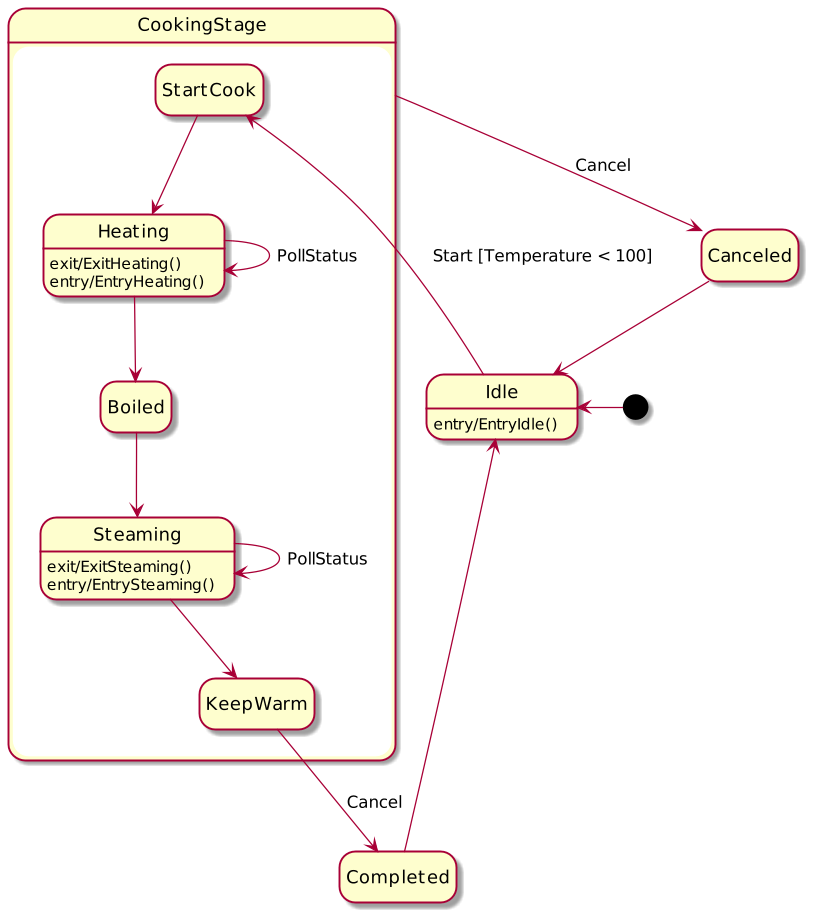
Earlier version of the PlantUML export StateMachine_Diagram.png (heyucheng1993/state_machine_framework). The source it was exported from:
```plantuml
@startuml
scale 800 width
hide empty description

[*] -l-> Idle
state CookingStage{
  Idle --> StartCook : Start [Temperature < 100]
  StartCook --> Heating
  Heating --> Heating : PollStatus
  Heating --> Boiled
  Boiled --> Steaming
  Steaming --> Steaming : PollStatus
  Steaming --> KeepWarm
}
KeepWarm --> Completed : Cancel
Completed -u-> Idle
CookingStage --> Canceled : Cancel
Canceled --> Idle

Idle : entry/EntryIdle()
Heating : exit/ExitHeating()
Heating : entry/EntryHeating()
Steaming : exit/ExitSteaming()
Steaming : entry/EntrySteaming()
@enduml
```
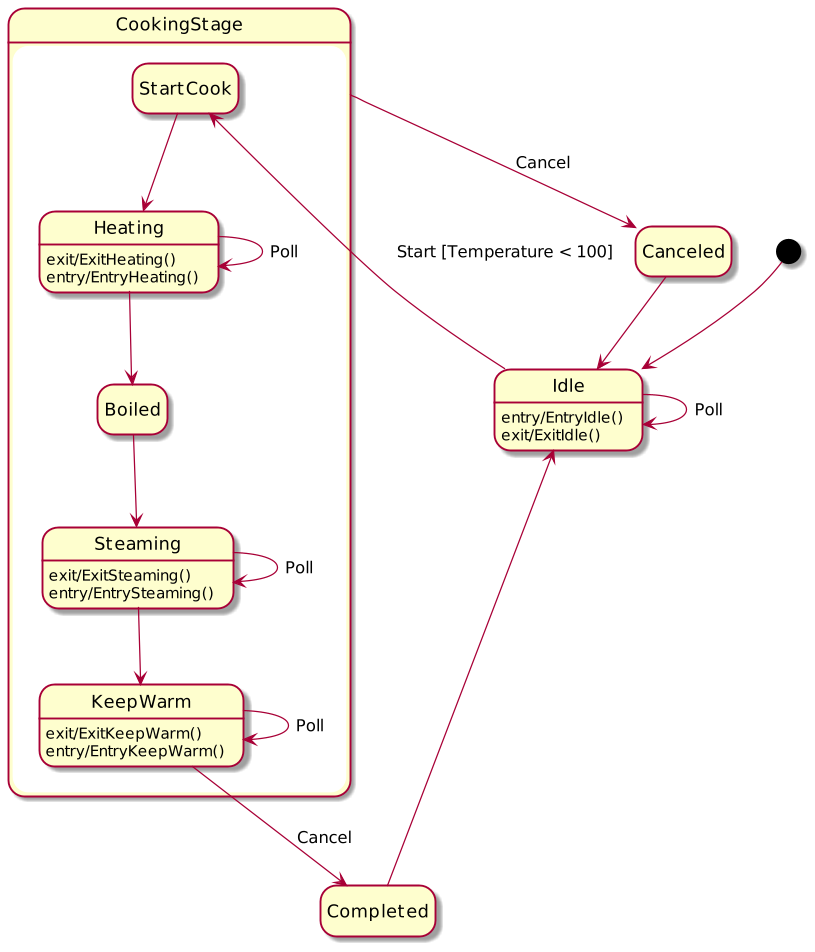
The same diagram one commit later.

Commit message:
Completed state design

What changed in the source:
```diff
@@ -2,15 +2,17 @@
 scale 800 width
 hide empty description
 
-[*] -l-> Idle
+[*] --> Idle
 state CookingStage{
+  Idle --> Idle : Poll
   Idle --> StartCook : Start [Temperature < 100]
   StartCook --> Heating
-  Heating --> Heating : PollStatus
+  Heating --> Heating : Poll
   Heating --> Boiled
   Boiled --> Steaming
-  Steaming --> Steaming : PollStatus
+  Steaming --> Steaming : Poll
   Steaming --> KeepWarm
+  KeepWarm --> KeepWarm : Poll
 }
 KeepWarm --> Completed : Cancel
 Completed -u-> Idle
@@ -18,8 +20,11 @@
 Canceled --> Idle
 
 Idle : entry/EntryIdle()
+Idle : exit/ExitIdle()
 Heating : exit/ExitHeating()
 Heating : entry/EntryHeating()
 Steaming : exit/ExitSteaming()
 Steaming : entry/EntrySteaming()
+KeepWarm: exit/ExitKeepWarm()
+KeepWarm: entry/EntryKeepWarm()
 @enduml
```
